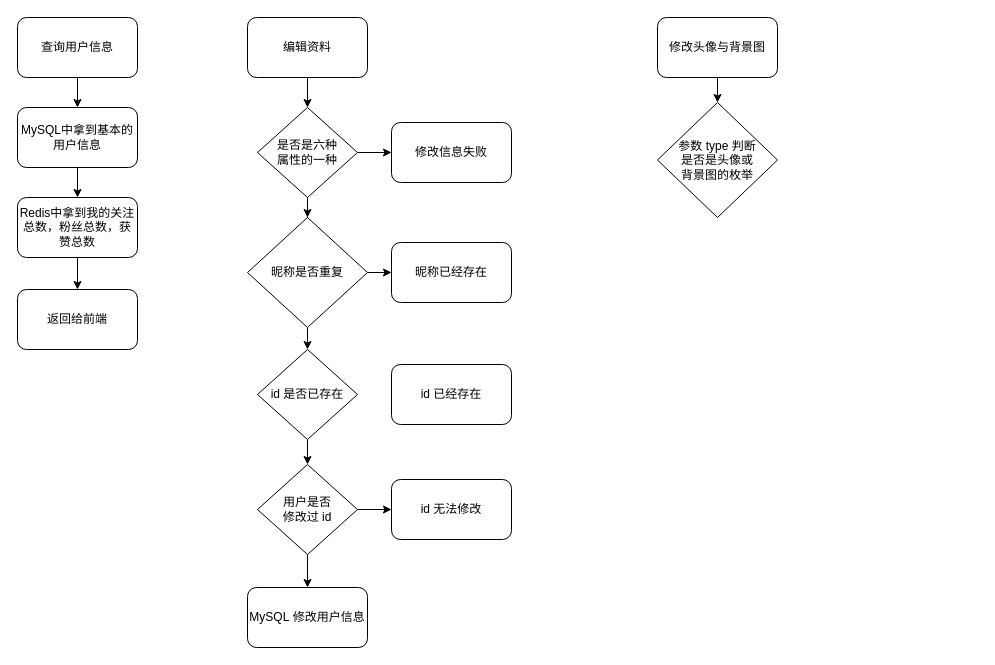
Before: 用户模块.drawio in lee11xx/picgo-img, a draw.io diagram. Source tidied: cells renumbered, new cells numbered last; positions are measured from the earlier drawing's top-left corner, leaving out a move shared by most shapes. Both pictures are drawn from the tidied source at 100%, with x=0, y=0 at pixel (17, 17).
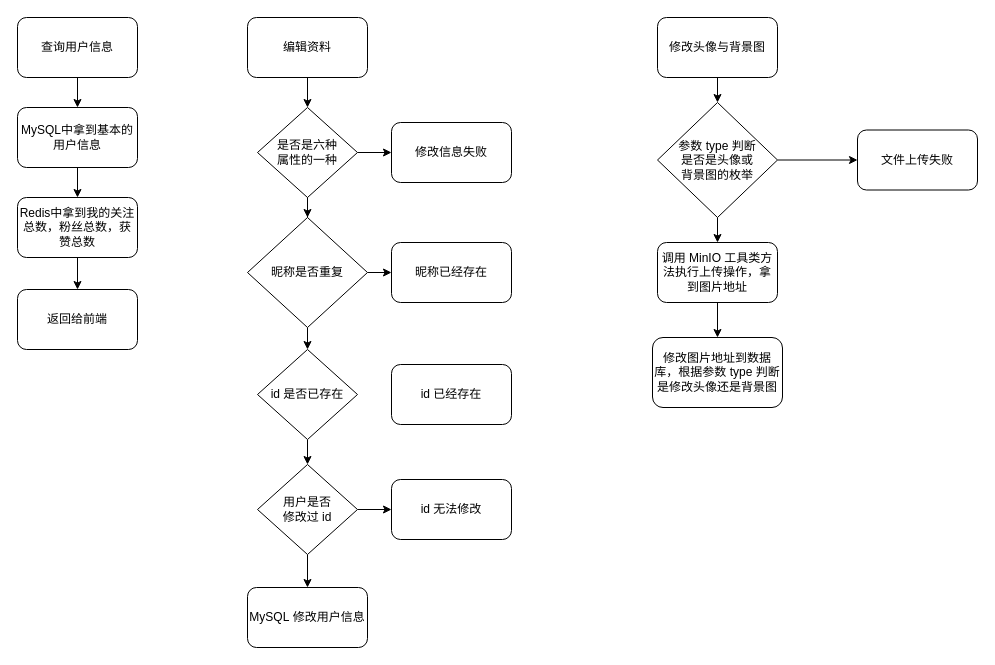
The same page after the edit.

Commit message (it also covers changes not shown here):
更新用户模块.drawio

Unchanged cells that the change refers to:
```xml
<mxCell id="29" value="参数&amp;nbsp;type&amp;nbsp;判断&lt;br&gt;是否是头像或&lt;br&gt;背景图的枚举" style="rhombus;whiteSpace=wrap;html=1;" parent="1" vertex="1">
  <mxGeometry x="640" y="85" width="120" height="115" as="geometry" />
</mxCell>
```

What changed in the source:
```diff
@@
+    <mxCell id="30" style="edgeStyle=orthogonalEdgeStyle;rounded=0;jettySize=auto;html=1;" parent="1" edge="1" source="29" target="32">
+      <mxGeometry relative="1" as="geometry" />
+    </mxCell>
+    <mxCell id="31" style="edgeStyle=orthogonalEdgeStyle;rounded=0;jettySize=auto;html=1;" parent="1" edge="1" source="29" target="34">
+      <mxGeometry relative="1" as="geometry" />
+    </mxCell>
@@
+    <mxCell id="32" value="文件上传失败" style="rounded=1;whiteSpace=wrap;html=1;" parent="1" vertex="1">
+      <mxGeometry x="840" y="112.5" width="120" height="60" as="geometry" />
+    </mxCell>
+    <mxCell id="33" style="edgeStyle=orthogonalEdgeStyle;rounded=0;jettySize=auto;html=1;" parent="1" edge="1" source="34" target="35">
+      <mxGeometry relative="1" as="geometry" />
+    </mxCell>
+    <mxCell id="34" value="调用&amp;nbsp;MinIO&amp;nbsp;工具类方法执行上传操作，拿到图片地址" style="rounded=1;whiteSpace=wrap;html=1;" parent="1" vertex="1">
+      <mxGeometry x="640" y="225" width="120" height="60" as="geometry" />
+    </mxCell>
+    <mxCell id="35" value="修改图片地址到数据库，根据参数&amp;nbsp;type&amp;nbsp;判断是修改头像还是背景图" style="rounded=1;whiteSpace=wrap;html=1;" parent="1" vertex="1">
+      <mxGeometry x="635" y="320" width="130" height="70" as="geometry" />
+    </mxCell>
```
